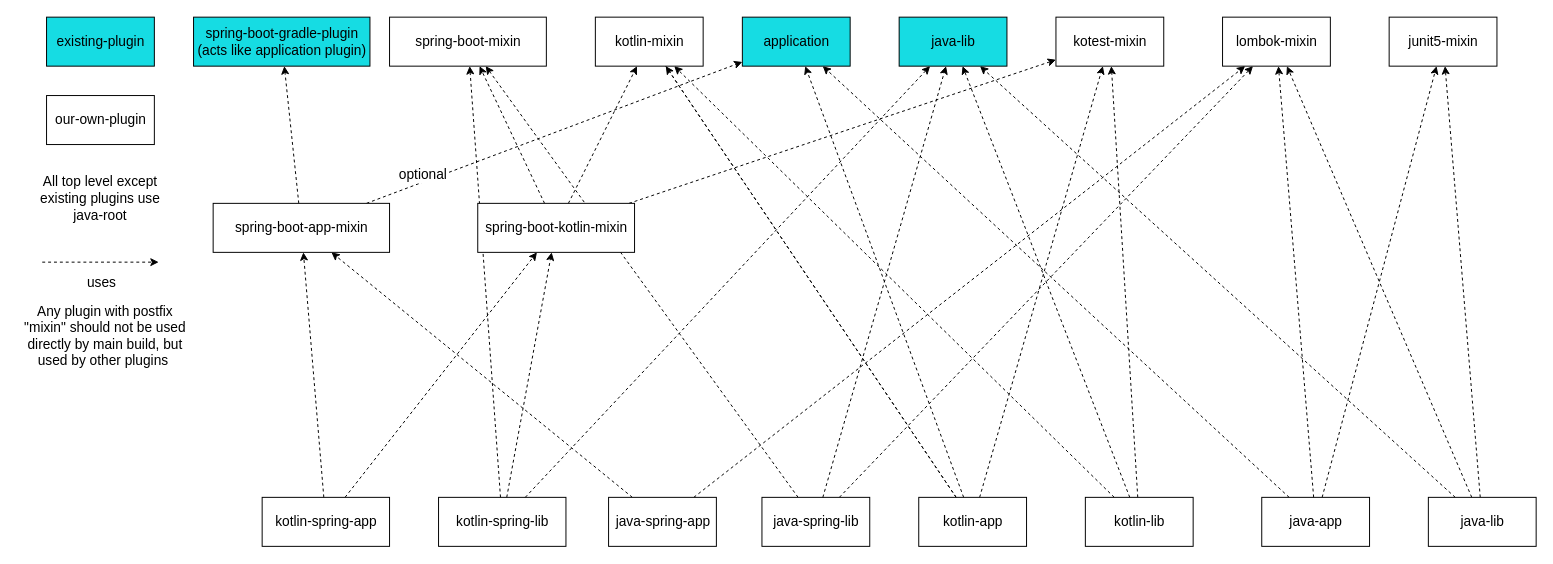
The draw.io diagram gradle/plugins/gradle plugins structure.drawio in CXwudi/modern-gradle-template, before the edit. Source tidied: cells renumbered, new cells numbered last; positions are measured from the earlier drawing's top-left corner, leaving out a move shared by most shapes. Both pictures are drawn from the tidied source at 98%, with x=0, y=0 at pixel (17, 17).
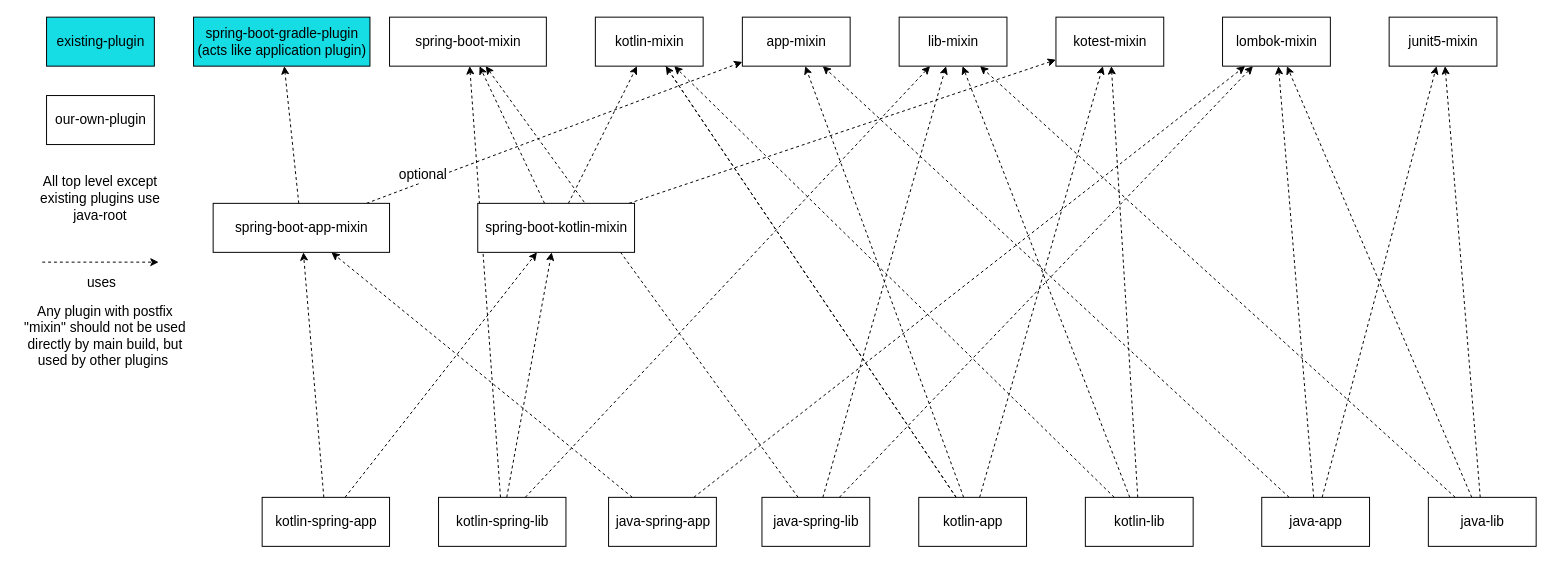
Above is the later version.

Commit message (it also covers changes not shown here):
:heavy_plus_sign: added my.lib-mixin.gradle.kts, update diagram

Diff of the diagram source:
```diff
@@
-    <mxCell id="13" value="application" style="html=1;fontSize=14;fillColor=#16DCE3;" parent="1" vertex="1">
+    <mxCell id="13" value="app-mixin" style="html=1;fontSize=14;fillColor=#FFFFFF;" parent="1" vertex="1">
       <mxGeometry x="740" width="110" height="50" as="geometry" />
     </mxCell>
-    <mxCell id="14" value="java-lib" style="html=1;fontSize=14;fillColor=#16DCE3;" parent="1" vertex="1">
+    <mxCell id="14" value="lib-mixin" style="html=1;fontSize=14;fillColor=#FFFFFF;" parent="1" vertex="1">
       <mxGeometry x="900" width="110" height="50" as="geometry" />
     </mxCell>
```
